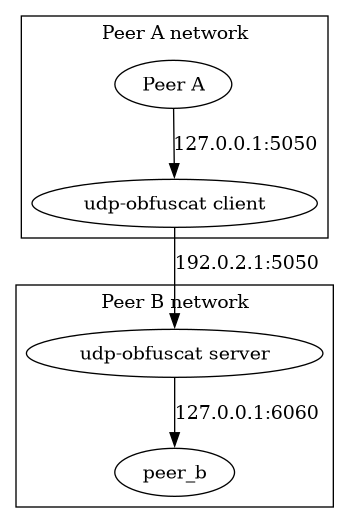
vehlwn/udp-obfuscat keeps this Graphviz diagram as diagram.png. Above is the earlier version. Its source is kept beside it as diagram.dot. The source it was exported from:
```dot
digraph
{
    rankdir = TB

    subgraph cluster_a
    {
        label = "Peer A network"

        peer_a [label = "Peer A"];
        udp_obfuscat_client [label = "udp-obfuscat client"]

        peer_a -> udp_obfuscat_client [label = "127.0.0.1:5050"]
    }
    subgraph cluster_b
    {
        label = "Peer B network"

        peer_b
        udp_obfuscat_server [label = "udp-obfuscat server"]

        udp_obfuscat_server -> peer_b [label = "127.0.0.1:6060"];
    }
    udp_obfuscat_client -> udp_obfuscat_server [label = "192.0.2.1:5050"]
}
```
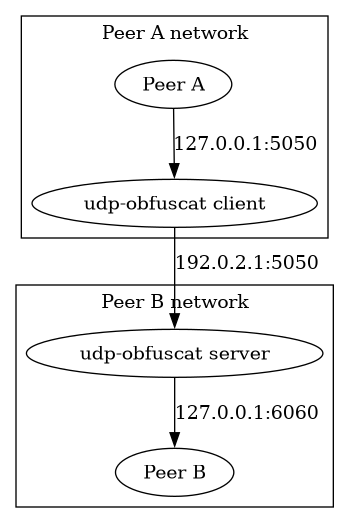
Later version of the same file.

Diff of the diagram source:
```diff
@@ -6,7 +6,7 @@
     {
         label = "Peer A network"
 
-        peer_a [label = "Peer A"];
+        peer_a [label = "Peer A"]
         udp_obfuscat_client [label = "udp-obfuscat client"]
 
         peer_a -> udp_obfuscat_client [label = "127.0.0.1:5050"]
@@ -15,10 +15,10 @@
     {
         label = "Peer B network"
 
-        peer_b
+        peer_b [label = "Peer B"]
         udp_obfuscat_server [label = "udp-obfuscat server"]
 
-        udp_obfuscat_server -> peer_b [label = "127.0.0.1:6060"];
+        udp_obfuscat_server -> peer_b [label = "127.0.0.1:6060"]
     }
     udp_obfuscat_client -> udp_obfuscat_server [label = "192.0.2.1:5050"]
 }
```
